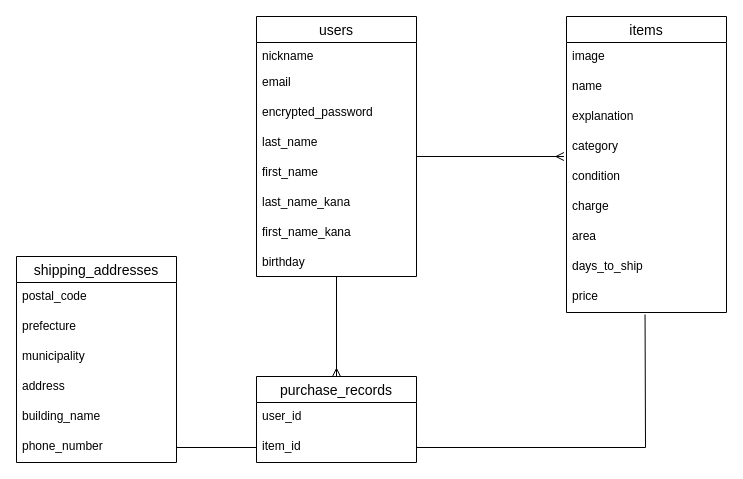
Before: furima-38003.dio in aokkkky062/furima-38003, a draw.io diagram. Source tidied: cells renumbered, new cells numbered last; positions are measured from the earlier drawing's top-left corner, leaving out a move shared by most shapes. Both pictures are drawn from the tidied source at 100%, with x=0, y=0 at pixel (16, 16).
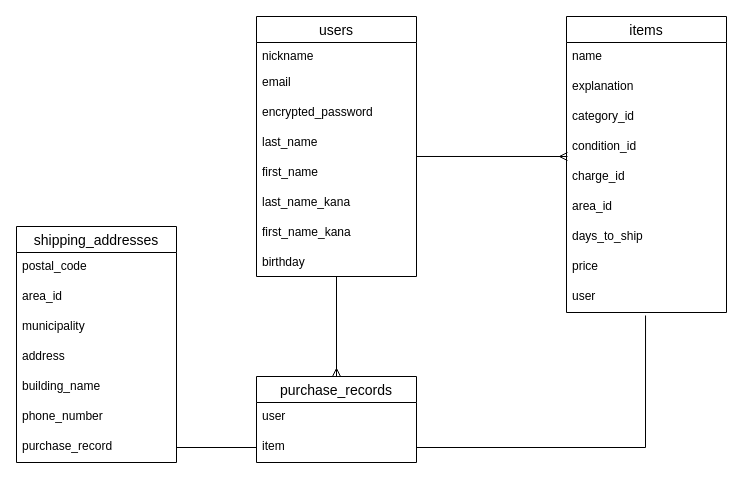
The same page after the edit.

Unchanged cells that the change refers to:
```xml
<mxCell id="9" value="first_name" style="text;strokeColor=none;fillColor=none;spacingLeft=4;spacingRight=4;overflow=hidden;points=[[0,0.5],[1,0.5]];portConstraint=eastwest;fontSize=12;" parent="4" vertex="1">
  <mxGeometry y="142" width="160" height="30" as="geometry" />
</mxCell>
<mxCell id="13" value="items" style="swimlane;fontStyle=0;horizontal=1;startSize=26;align=center;fontSize=14;" parent="1" vertex="1">
  <mxGeometry x="550" width="160" height="296" as="geometry" />
</mxCell>
<mxCell id="30" value="purchase_records" style="swimlane;fontStyle=0;horizontal=1;startSize=26;align=center;fontSize=14;" parent="1" vertex="1">
  <mxGeometry x="240" y="360" width="160" height="86" as="geometry" />
</mxCell>
```

Change to the diagram source:
```diff
@@
-    <mxCell id="2" style="edgeStyle=none;html=1;entryX=-0.016;entryY=0.8;entryDx=0;entryDy=0;entryPerimeter=0;exitX=0.997;exitY=-0.067;exitDx=0;exitDy=0;exitPerimeter=0;rounded=0;endArrow=ERmany;endFill=0;" parent="1" edge="1" source="9" target="17">
+    <mxCell id="2" style="edgeStyle=none;html=1;exitX=0.997;exitY=-0.067;exitDx=0;exitDy=0;exitPerimeter=0;rounded=0;endArrow=ERmany;endFill=0;entryX=0.006;entryY=0.8;entryDx=0;entryDy=0;entryPerimeter=0;" parent="1" edge="1" source="9" target="18">
       <mxGeometry relative="1" as="geometry" />
     </mxCell>
@@
-    <mxCell id="14" value="image" style="text;strokeColor=none;fillColor=none;spacingLeft=4;spacingRight=4;overflow=hidden;fontSize=12;" parent="13" vertex="1">
-      <mxGeometry y="26" width="160" height="30" as="geometry" />
-    </mxCell>
     <mxCell id="15" value="name" style="text;strokeColor=none;fillColor=none;spacingLeft=4;spacingRight=4;overflow=hidden;fontSize=12;" parent="13" vertex="1">
-      <mxGeometry y="56" width="160" height="30" as="geometry" />
+      <mxGeometry y="26" width="160" height="30" as="geometry" />
     </mxCell>
     <mxCell id="16" value="explanation" style="text;strokeColor=none;fillColor=none;spacingLeft=4;spacingRight=4;overflow=hidden;fontSize=12;" parent="13" vertex="1">
-      <mxGeometry y="86" width="160" height="30" as="geometry" />
+      <mxGeometry y="56" width="160" height="30" as="geometry" />
     </mxCell>
-    <mxCell id="17" value="category" style="text;strokeColor=none;fillColor=none;spacingLeft=4;spacingRight=4;overflow=hidden;points=[[0,0.5],[1,0.5]];portConstraint=eastwest;fontSize=12;" parent="13" vertex="1">
-      <mxGeometry y="116" width="160" height="30" as="geometry" />
+    <mxCell id="17" value="category_id" style="text;strokeColor=none;fillColor=none;spacingLeft=4;spacingRight=4;overflow=hidden;points=[[0,0.5],[1,0.5]];portConstraint=eastwest;fontSize=12;" parent="13" vertex="1">
+      <mxGeometry y="86" width="160" height="30" as="geometry" />
     </mxCell>
-    <mxCell id="18" value="condition" style="text;strokeColor=none;fillColor=none;spacingLeft=4;spacingRight=4;overflow=hidden;points=[[0,0.5],[1,0.5]];portConstraint=eastwest;fontSize=12;" parent="13" vertex="1">
-      <mxGeometry y="146" width="160" height="30" as="geometry" />
+    <mxCell id="18" value="condition_id" style="text;strokeColor=none;fillColor=none;spacingLeft=4;spacingRight=4;overflow=hidden;points=[[0,0.5],[1,0.5]];portConstraint=eastwest;fontSize=12;" parent="13" vertex="1">
+      <mxGeometry y="116" width="160" height="30" as="geometry" />
     </mxCell>
-    <mxCell id="19" value="charge" style="text;strokeColor=none;fillColor=none;spacingLeft=4;spacingRight=4;overflow=hidden;fontSize=12;" parent="13" vertex="1">
-      <mxGeometry y="176" width="160" height="30" as="geometry" />
+    <mxCell id="19" value="charge_id" style="text;strokeColor=none;fillColor=none;spacingLeft=4;spacingRight=4;overflow=hidden;fontSize=12;" parent="13" vertex="1">
+      <mxGeometry y="146" width="160" height="30" as="geometry" />
     </mxCell>
-    <mxCell id="20" value="area" style="text;strokeColor=none;fillColor=none;spacingLeft=4;spacingRight=4;overflow=hidden;fontSize=12;" parent="13" vertex="1">
-      <mxGeometry y="206" width="160" height="30" as="geometry" />
+    <mxCell id="20" value="area_id" style="text;strokeColor=none;fillColor=none;spacingLeft=4;spacingRight=4;overflow=hidden;fontSize=12;" parent="13" vertex="1">
+      <mxGeometry y="176" width="160" height="30" as="geometry" />
     </mxCell>
     <mxCell id="21" value="days_to_ship" style="text;strokeColor=none;fillColor=none;spacingLeft=4;spacingRight=4;overflow=hidden;fontSize=12;" parent="13" vertex="1">
-      <mxGeometry y="236" width="160" height="30" as="geometry" />
+      <mxGeometry y="206" width="160" height="30" as="geometry" />
     </mxCell>
     <mxCell id="22" value="price" style="text;strokeColor=none;fillColor=none;spacingLeft=4;spacingRight=4;overflow=hidden;points=[[0,0.5],[1,0.5]];portConstraint=eastwest;fontSize=12;" parent="13" vertex="1">
-      <mxGeometry y="266" width="160" height="30" as="geometry" />
+      <mxGeometry y="236" width="160" height="30" as="geometry" />
     </mxCell>
+    <mxCell id="35" value="user" style="text;strokeColor=none;fillColor=none;spacingLeft=4;spacingRight=4;overflow=hidden;points=[[0,0.5],[1,0.5]];portConstraint=eastwest;fontSize=12;" parent="13" vertex="1">
+      <mxGeometry y="266" width="160" height="30" as="geometry" />
+    </mxCell>
     <mxCell id="23" value="shipping_addresses" style="swimlane;fontStyle=0;horizontal=1;startSize=26;align=center;fontSize=14;" parent="1" vertex="1">
-      <mxGeometry y="240" width="160" height="206" as="geometry" />
+      <mxGeometry y="210" width="160" height="236" as="geometry" />
     </mxCell>
@@
-    <mxCell id="25" value="prefecture" style="text;strokeColor=none;fillColor=none;spacingLeft=4;spacingRight=4;overflow=hidden;fontSize=12;" parent="23" vertex="1">
+    <mxCell id="25" value="area_id" style="text;strokeColor=none;fillColor=none;spacingLeft=4;spacingRight=4;overflow=hidden;fontSize=12;" parent="23" vertex="1">
       <mxGeometry y="56" width="160" height="30" as="geometry" />
     </mxCell>
@@
+    <mxCell id="36" value="phone_number" style="text;strokeColor=none;fillColor=none;spacingLeft=4;spacingRight=4;overflow=hidden;fontSize=12;" parent="23" vertex="1">
+      <mxGeometry y="176" width="160" height="30" as="geometry" />
+    </mxCell>
-    <mxCell id="29" value="phone_number" style="text;strokeColor=none;fillColor=none;spacingLeft=4;spacingRight=4;overflow=hidden;points=[[0,0.5],[1,0.5]];portConstraint=eastwest;fontSize=12;" parent="23" vertex="1">
-      <mxGeometry y="176" width="160" height="30" as="geometry" />
+    <mxCell id="29" value="purchase_record" style="text;strokeColor=none;fillColor=none;spacingLeft=4;spacingRight=4;overflow=hidden;points=[[0,0.5],[1,0.5]];portConstraint=eastwest;fontSize=12;" parent="23" vertex="1">
+      <mxGeometry y="206" width="160" height="30" as="geometry" />
     </mxCell>
@@
-    <mxCell id="31" value="user_id" style="text;strokeColor=none;fillColor=none;spacingLeft=4;spacingRight=4;overflow=hidden;fontSize=12;" parent="30" vertex="1">
+    <mxCell id="31" value="user" style="text;strokeColor=none;fillColor=none;spacingLeft=4;spacingRight=4;overflow=hidden;fontSize=12;" parent="30" vertex="1">
       <mxGeometry y="26" width="160" height="30" as="geometry" />
     </mxCell>
-    <mxCell id="32" value="item_id" style="text;strokeColor=none;fillColor=none;spacingLeft=4;spacingRight=4;overflow=hidden;points=[[0,0.5],[1,0.5]];portConstraint=eastwest;fontSize=12;" parent="30" vertex="1">
+    <mxCell id="32" value="item" style="text;strokeColor=none;fillColor=none;spacingLeft=4;spacingRight=4;overflow=hidden;points=[[0,0.5],[1,0.5]];portConstraint=eastwest;fontSize=12;" parent="30" vertex="1">
       <mxGeometry y="56" width="160" height="30" as="geometry" />
     </mxCell>
-    <mxCell id="33" style="edgeStyle=none;rounded=0;html=1;exitX=1;exitY=0.5;exitDx=0;exitDy=0;endArrow=none;endFill=0;entryX=0.491;entryY=1.067;entryDx=0;entryDy=0;entryPerimeter=0;" parent="1" edge="1" source="32" target="22">
+    <mxCell id="33" style="edgeStyle=none;rounded=0;html=1;exitX=1;exitY=0.5;exitDx=0;exitDy=0;endArrow=none;endFill=0;entryX=0.494;entryY=1.1;entryDx=0;entryDy=0;entryPerimeter=0;" parent="1" edge="1" source="32" target="35">
       <mxGeometry relative="1" as="geometry">
         <Array as="points">
           <mxPoint x="629" y="431" />
         </Array>
       </mxGeometry>
     </mxCell>
```
